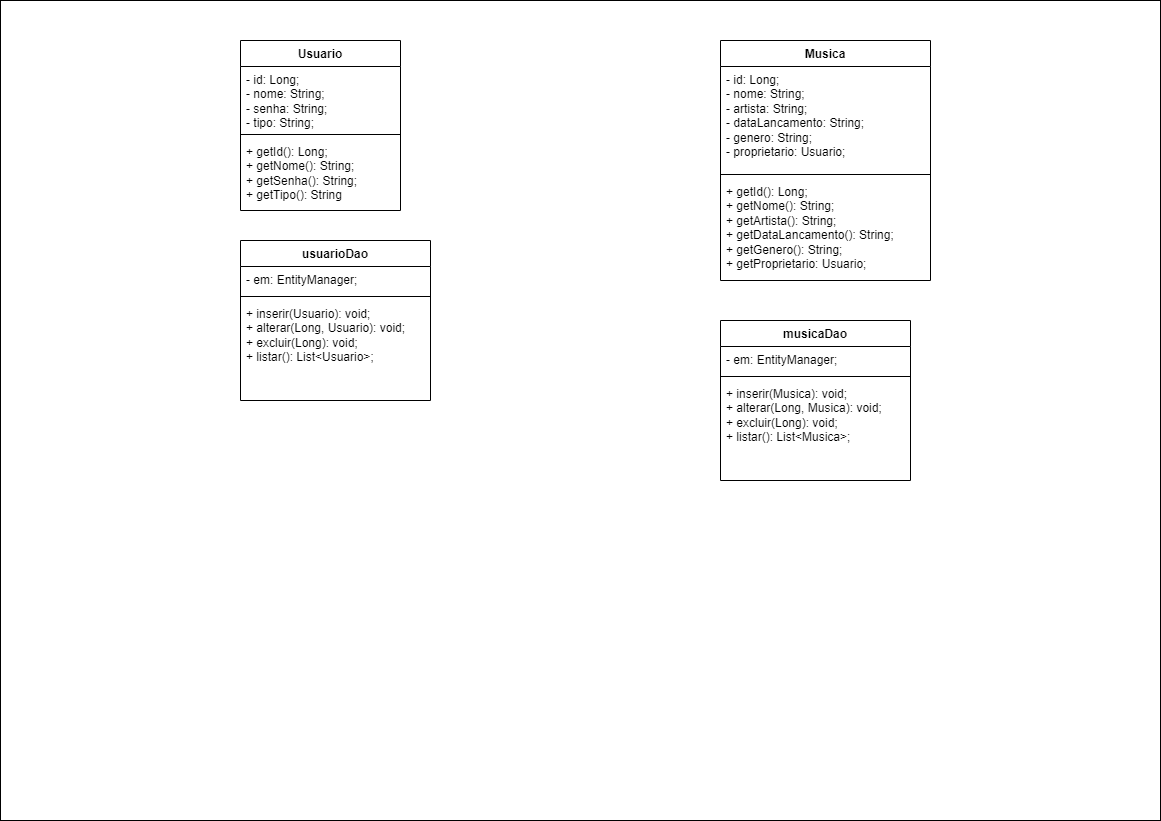
Above: doc_PDS/diagrama_de_classe_conceitual.png in ruan-narici/LMusic (draw.io), before the change. Source tidied: cells renumbered, new cells last; positions are measured from the earlier drawing's top-left corner, leaving out a move shared by most shapes.
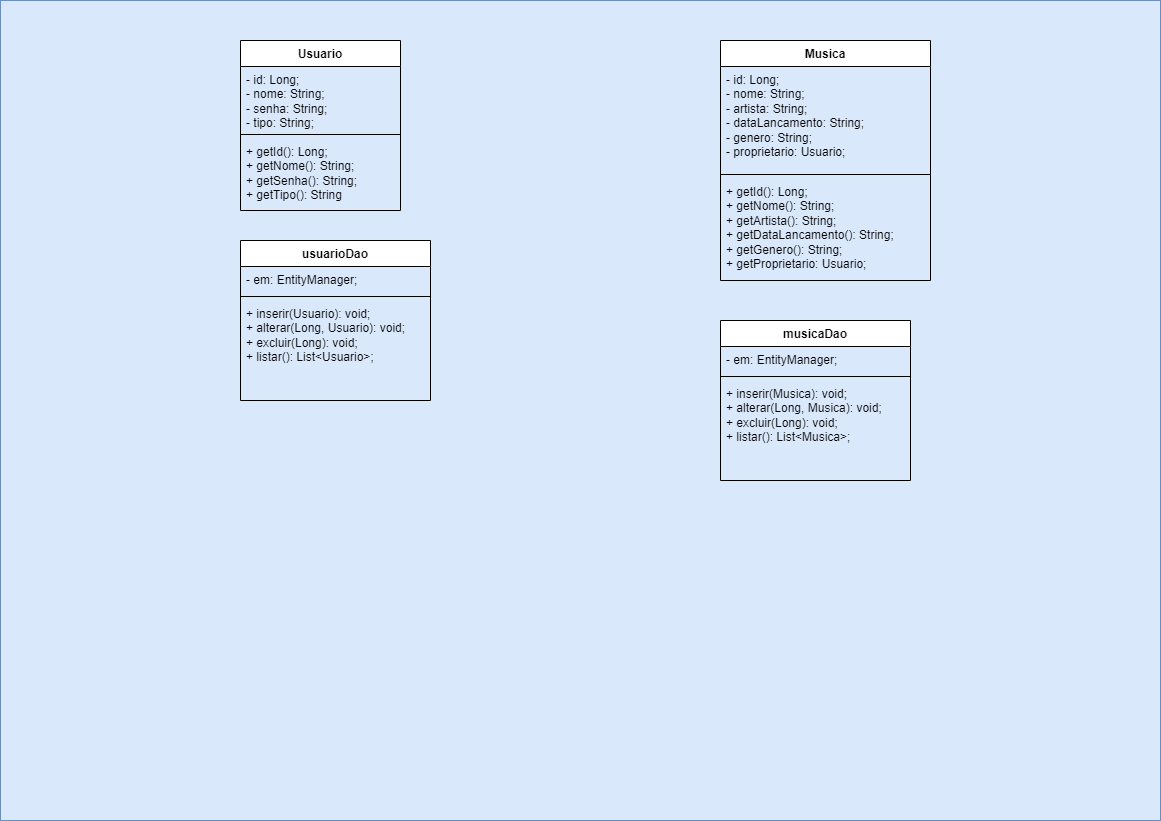
The same file after the commit.

Commit message:
impl CRUD musicas e logic Usuario ADM e VIST

Diff of the diagram source:
```diff
@@ -2,7 +2,7 @@
   <root>
     <mxCell id="0" />
     <mxCell id="1" parent="0" />
-    <mxCell id="2" style="rounded=0;whiteSpace=wrap;html=1;" parent="1" vertex="1">
+    <mxCell id="2" style="rounded=0;whiteSpace=wrap;html=1;fillColor=#dae8fc;strokeColor=#6c8ebf;" parent="1" vertex="1">
       <mxGeometry width="1160" height="820" as="geometry" />
     </mxCell>
     <mxCell id="3" value="Usuario" style="swimlane;fontStyle=1;align=center;verticalAlign=top;horizontal=1;startSize=26;whiteSpace=wrap;html=1;" parent="1" vertex="1">
```
